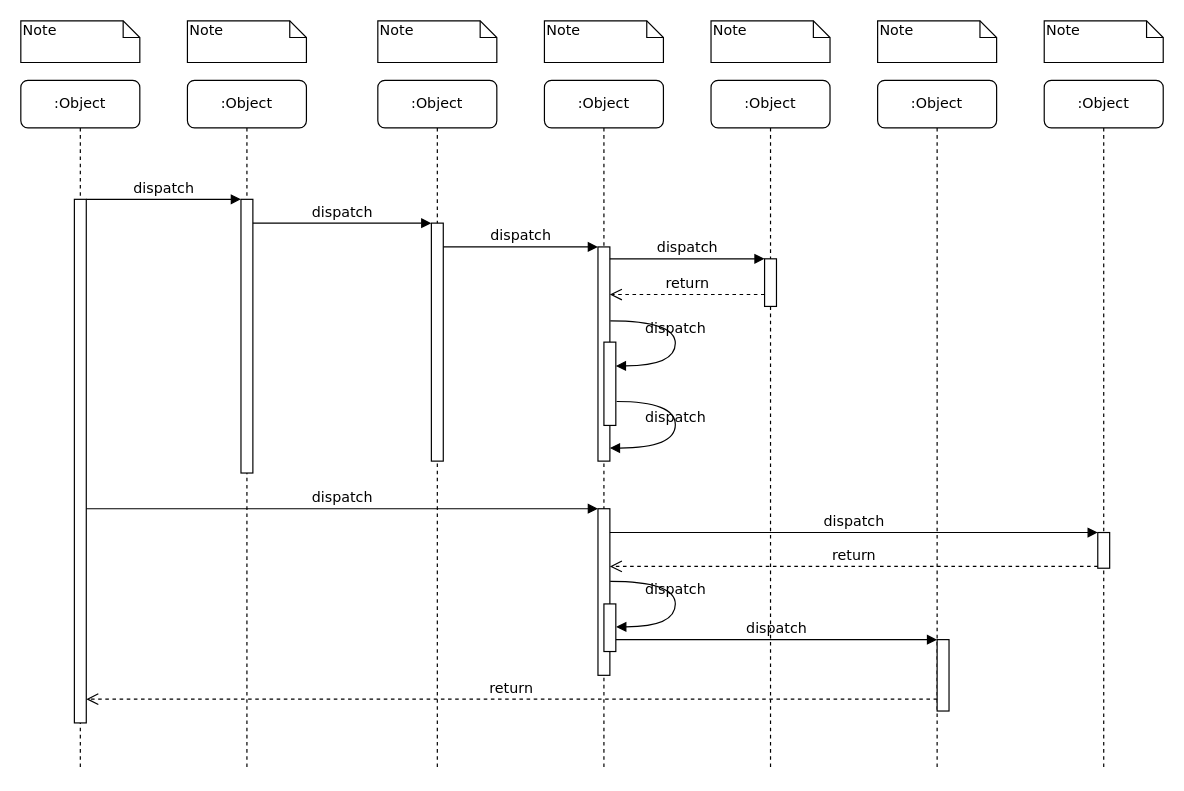
The draw.io diagram дгрмм последовательности.drawio in Ksenix-CopLLeRe/preparation, before the edit. Source tidied: cells renumbered, new cells numbered last; positions are measured from the earlier drawing's top-left corner, leaving out a move shared by most shapes. Both pictures are drawn from the tidied source at 119%, with x=0, y=0 at pixel (20, 20).
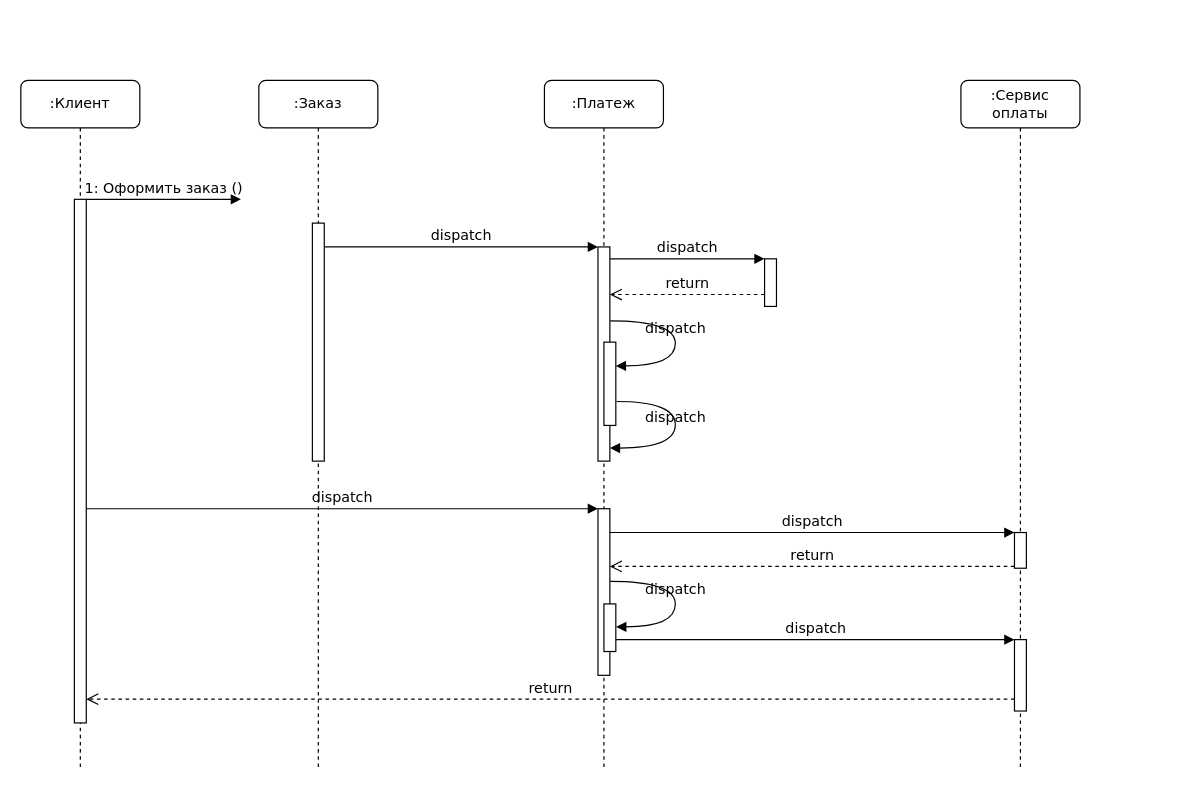
The same diagram, later.

Unchanged cells that the change refers to:
```xml
<mxCell id="5" style="html=1;points=[];perimeter=orthogonalPerimeter;rounded=0;shadow=0;comic=0;labelBackgroundColor=none;strokeWidth=1;fontFamily=Verdana;fontSize=12;align=center;" parent="4" vertex="1">
  <mxGeometry x="45" y="120" width="10" height="200" as="geometry" />
</mxCell>
<mxCell id="11" style="html=1;points=[];perimeter=orthogonalPerimeter;rounded=0;shadow=0;comic=0;labelBackgroundColor=none;strokeWidth=1;fontFamily=Verdana;fontSize=12;align=center;" parent="10" vertex="1">
  <mxGeometry x="45" y="100" width="10" height="440" as="geometry" />
</mxCell>
```

The edit, as a diff of the source:
```diff
@@
-<mxGraphModel>
+<mxGraphModel background="#ffffff">
@@
-    <mxCell id="2" value=":Object" style="shape=umlLifeline;perimeter=lifelinePerimeter;whiteSpace=wrap;html=1;rounded=1;shadow=0;comic=0;labelBackgroundColor=none;strokeWidth=1;fontFamily=Verdana;fontSize=12;align=center;" parent="1" vertex="1">
-      <mxGeometry x="140" y="50" width="100" height="580" as="geometry" />
-    </mxCell>
-    <mxCell id="3" style="html=1;points=[];perimeter=orthogonalPerimeter;rounded=0;shadow=0;comic=0;labelBackgroundColor=none;strokeWidth=1;fontFamily=Verdana;fontSize=12;align=center;" parent="2" vertex="1">
-      <mxGeometry x="45" y="100" width="10" height="230" as="geometry" />
-    </mxCell>
-    <mxCell id="4" value=":Object" style="shape=umlLifeline;perimeter=lifelinePerimeter;whiteSpace=wrap;html=1;rounded=1;shadow=0;comic=0;labelBackgroundColor=none;strokeWidth=1;fontFamily=Verdana;fontSize=12;align=center;" parent="1" vertex="1">
-      <mxGeometry x="300" y="50" width="100" height="580" as="geometry" />
+    <mxCell id="4" value=":Заказ" style="shape=umlLifeline;perimeter=lifelinePerimeter;whiteSpace=wrap;html=1;rounded=1;shadow=0;comic=0;labelBackgroundColor=none;strokeWidth=1;fontFamily=Verdana;fontSize=12;align=center;" parent="1" vertex="1">
+      <mxGeometry x="200" y="50" width="100" height="580" as="geometry" />
     </mxCell>
@@
-    <mxCell id="6" value=":Object" style="shape=umlLifeline;perimeter=lifelinePerimeter;whiteSpace=wrap;html=1;rounded=1;shadow=0;comic=0;labelBackgroundColor=none;strokeWidth=1;fontFamily=Verdana;fontSize=12;align=center;" parent="1" vertex="1">
+    <mxCell id="6" value=":Платеж" style="shape=umlLifeline;perimeter=lifelinePerimeter;whiteSpace=wrap;html=1;rounded=1;shadow=0;comic=0;labelBackgroundColor=none;strokeWidth=1;fontFamily=Verdana;fontSize=12;align=center;" parent="1" vertex="1">
       <mxGeometry x="440" y="50" width="100" height="580" as="geometry" />
     </mxCell>
-    <mxCell id="7" value=":Object" style="shape=umlLifeline;perimeter=lifelinePerimeter;whiteSpace=wrap;html=1;rounded=1;shadow=0;comic=0;labelBackgroundColor=none;strokeWidth=1;fontFamily=Verdana;fontSize=12;align=center;" parent="1" vertex="1">
-      <mxGeometry x="580" y="50" width="100" height="580" as="geometry" />
+    <mxCell id="7" value=":Сервис оплаты" style="shape=umlLifeline;perimeter=lifelinePerimeter;whiteSpace=wrap;html=1;rounded=1;shadow=0;comic=0;labelBackgroundColor=none;strokeWidth=1;fontFamily=Verdana;fontSize=12;align=center;" parent="1" vertex="1">
+      <mxGeometry x="790" y="50" width="100" height="580" as="geometry" />
     </mxCell>
-    <mxCell id="8" value=":Object" style="shape=umlLifeline;perimeter=lifelinePerimeter;whiteSpace=wrap;html=1;rounded=1;shadow=0;comic=0;labelBackgroundColor=none;strokeWidth=1;fontFamily=Verdana;fontSize=12;align=center;" parent="1" vertex="1">
-      <mxGeometry x="720" y="50" width="100" height="580" as="geometry" />
-    </mxCell>
-    <mxCell id="9" value=":Object" style="shape=umlLifeline;perimeter=lifelinePerimeter;whiteSpace=wrap;html=1;rounded=1;shadow=0;comic=0;labelBackgroundColor=none;strokeWidth=1;fontFamily=Verdana;fontSize=12;align=center;" parent="1" vertex="1">
-      <mxGeometry x="860" y="50" width="100" height="580" as="geometry" />
-    </mxCell>
+    <mxCell id="19" style="html=1;points=[];perimeter=orthogonalPerimeter;rounded=0;shadow=0;comic=0;labelBackgroundColor=none;strokeColor=#000000;strokeWidth=1;fillColor=#FFFFFF;fontFamily=Verdana;fontSize=12;fontColor=#000000;align=center;" parent="7" vertex="1">
+      <mxGeometry x="45" y="380" width="10" height="30" as="geometry" />
+    </mxCell>
+    <mxCell id="22" style="html=1;points=[];perimeter=orthogonalPerimeter;rounded=0;shadow=0;comic=0;labelBackgroundColor=none;strokeWidth=1;fontFamily=Verdana;fontSize=12;align=center;" parent="7" vertex="1">
+      <mxGeometry x="45" y="470" width="10" height="60" as="geometry" />
+    </mxCell>
-    <mxCell id="10" value=":Object" style="shape=umlLifeline;perimeter=lifelinePerimeter;whiteSpace=wrap;html=1;rounded=1;shadow=0;comic=0;labelBackgroundColor=none;strokeWidth=1;fontFamily=Verdana;fontSize=12;align=center;" parent="1" vertex="1">
+    <mxCell id="10" value=":Клиент" style="shape=umlLifeline;perimeter=lifelinePerimeter;whiteSpace=wrap;html=1;rounded=1;shadow=0;comic=0;labelBackgroundColor=none;strokeWidth=1;fontFamily=Verdana;fontSize=12;align=center;" parent="1" vertex="1">
       <mxGeometry y="50" width="100" height="580" as="geometry" />
     </mxCell>
@@
-    <mxCell id="19" style="html=1;points=[];perimeter=orthogonalPerimeter;rounded=0;shadow=0;comic=0;labelBackgroundColor=none;strokeColor=#000000;strokeWidth=1;fillColor=#FFFFFF;fontFamily=Verdana;fontSize=12;fontColor=#000000;align=center;" parent="1" vertex="1">
-      <mxGeometry x="905" y="430" width="10" height="30" as="geometry" />
-    </mxCell>
@@
-    <mxCell id="22" style="html=1;points=[];perimeter=orthogonalPerimeter;rounded=0;shadow=0;comic=0;labelBackgroundColor=none;strokeWidth=1;fontFamily=Verdana;fontSize=12;align=center;" parent="1" vertex="1">
-      <mxGeometry x="770" y="520" width="10" height="60" as="geometry" />
-    </mxCell>
@@
-    <mxCell id="25" value="dispatch" style="html=1;verticalAlign=bottom;endArrow=block;entryX=0;entryY=0;labelBackgroundColor=none;fontFamily=Verdana;fontSize=12;edgeStyle=elbowEdgeStyle;elbow=vertical;" parent="1" edge="1" source="11" target="3">
-      <mxGeometry relative="1" as="geometry" />
+    <mxCell id="25" value="1: Оформить заказ ()" style="html=1;verticalAlign=bottom;endArrow=block;entryX=0;entryY=0;labelBackgroundColor=none;fontFamily=Verdana;fontSize=12;edgeStyle=elbowEdgeStyle;elbow=vertical;" parent="1" edge="1" source="11">
+      <mxGeometry relative="1" as="geometry">
+        <mxPoint x="185" y="150" as="targetPoint" />
+      </mxGeometry>
     </mxCell>
-    <mxCell id="26" value="dispatch" style="html=1;verticalAlign=bottom;endArrow=block;entryX=0;entryY=0;labelBackgroundColor=none;fontFamily=Verdana;fontSize=12;edgeStyle=elbowEdgeStyle;elbow=vertical;" parent="1" edge="1" source="3" target="5">
-      <mxGeometry relative="1" as="geometry" />
-    </mxCell>
@@
-    <mxCell id="32" value="Note" style="shape=note;whiteSpace=wrap;html=1;size=14;verticalAlign=top;align=left;spacingTop=-6;rounded=0;shadow=0;comic=0;labelBackgroundColor=none;strokeWidth=1;fontFamily=Verdana;fontSize=12;" parent="1" vertex="1">
-      <mxGeometry width="100" height="35" as="geometry" />
-    </mxCell>
-    <mxCell id="33" value="Note" style="shape=note;whiteSpace=wrap;html=1;size=14;verticalAlign=top;align=left;spacingTop=-6;rounded=0;shadow=0;comic=0;labelBackgroundColor=none;strokeWidth=1;fontFamily=Verdana;fontSize=12;" parent="1" vertex="1">
-      <mxGeometry x="140" width="100" height="35" as="geometry" />
-    </mxCell>
-    <mxCell id="34" value="Note" style="shape=note;whiteSpace=wrap;html=1;size=14;verticalAlign=top;align=left;spacingTop=-6;rounded=0;shadow=0;comic=0;labelBackgroundColor=none;strokeWidth=1;fontFamily=Verdana;fontSize=12;" parent="1" vertex="1">
-      <mxGeometry x="300" width="100" height="35" as="geometry" />
-    </mxCell>
-    <mxCell id="35" value="Note" style="shape=note;whiteSpace=wrap;html=1;size=14;verticalAlign=top;align=left;spacingTop=-6;rounded=0;shadow=0;comic=0;labelBackgroundColor=none;strokeWidth=1;fontFamily=Verdana;fontSize=12;" parent="1" vertex="1">
-      <mxGeometry x="440" width="100" height="35" as="geometry" />
-    </mxCell>
-    <mxCell id="36" value="Note" style="shape=note;whiteSpace=wrap;html=1;size=14;verticalAlign=top;align=left;spacingTop=-6;rounded=0;shadow=0;comic=0;labelBackgroundColor=none;strokeWidth=1;fontFamily=Verdana;fontSize=12;" parent="1" vertex="1">
-      <mxGeometry x="580" width="100" height="35" as="geometry" />
-    </mxCell>
-    <mxCell id="37" value="Note" style="shape=note;whiteSpace=wrap;html=1;size=14;verticalAlign=top;align=left;spacingTop=-6;rounded=0;shadow=0;comic=0;labelBackgroundColor=none;strokeWidth=1;fontFamily=Verdana;fontSize=12;" parent="1" vertex="1">
-      <mxGeometry x="720" width="100" height="35" as="geometry" />
-    </mxCell>
-    <mxCell id="38" value="Note" style="shape=note;whiteSpace=wrap;html=1;size=14;verticalAlign=top;align=left;spacingTop=-6;rounded=0;shadow=0;comic=0;labelBackgroundColor=none;strokeWidth=1;fontFamily=Verdana;fontSize=12;" parent="1" vertex="1">
-      <mxGeometry x="860" width="100" height="35" as="geometry" />
-    </mxCell>
```
